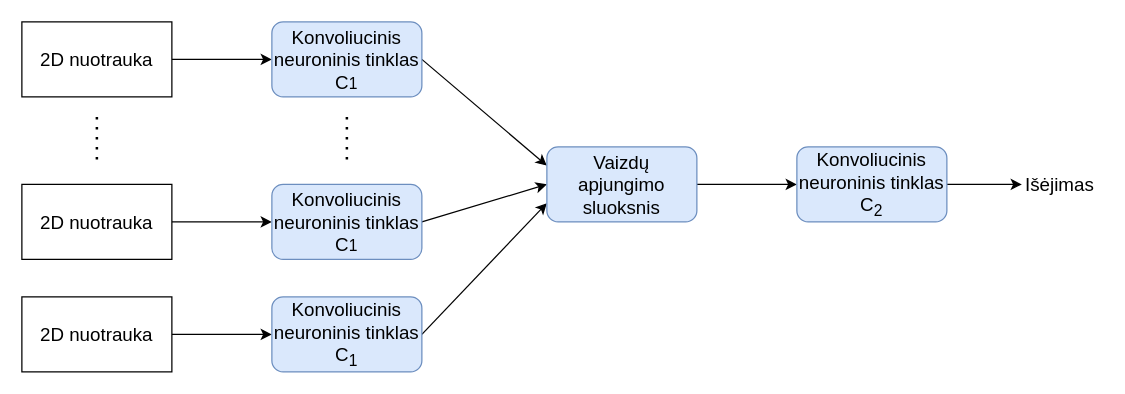
This is img/mvcnn.drawio from AleksasVaitulevicius/masters_latex, a draw.io file, before an edit. Source tidied: cells renumbered, new cells numbered last; positions are measured from the earlier drawing's top-left corner, leaving out a move shared by most shapes. Both pictures are drawn from the tidied source at 125%, with x=0, y=0 at pixel (21, 21).
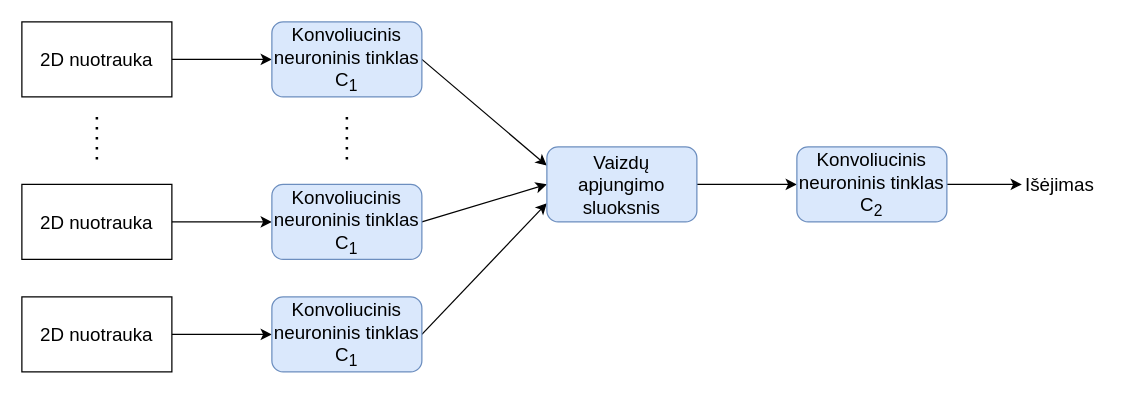
The same page after the edit.

The edit, as a diff of the source:
```diff
@@
-    <mxCell id="10" value="Konvoliucinis&lt;br style=&quot;font-size: 15px&quot;&gt;neuroninis tinklas&lt;br style=&quot;font-size: 15px&quot;&gt;C&lt;span style=&quot;font-size: 12.5px&quot;&gt;1&lt;/span&gt;" style="rounded=1;whiteSpace=wrap;html=1;fillColor=#dae8fc;strokeColor=#6c8ebf;fontSize=15;" parent="1" vertex="1">
+    <mxCell id="10" value="Konvoliucinis&lt;br style=&quot;font-size: 15px&quot;&gt;neuroninis tinklas&lt;br style=&quot;font-size: 15px&quot;&gt;C&lt;sub&gt;&lt;font style=&quot;font-size: 12.5px&quot;&gt;1&lt;/font&gt;&lt;/sub&gt;" style="rounded=1;whiteSpace=wrap;html=1;fillColor=#dae8fc;strokeColor=#6c8ebf;fontSize=15;" parent="1" vertex="1">
       <mxGeometry x="200" width="120" height="60" as="geometry" />
     </mxCell>
@@
-    <mxCell id="12" value="Konvoliucinis&lt;br style=&quot;font-size: 15px&quot;&gt;neuroninis tinklas&lt;br style=&quot;font-size: 15px&quot;&gt;C&lt;span style=&quot;font-size: 12.5px&quot;&gt;1&lt;/span&gt;" style="rounded=1;whiteSpace=wrap;html=1;fillColor=#dae8fc;strokeColor=#6c8ebf;fontSize=15;" parent="1" vertex="1">
+    <mxCell id="12" value="Konvoliucinis&lt;br style=&quot;font-size: 15px&quot;&gt;neuroninis tinklas&lt;br style=&quot;font-size: 15px&quot;&gt;C&lt;sub&gt;&lt;font style=&quot;font-size: 12.5px&quot;&gt;1&lt;/font&gt;&lt;/sub&gt;" style="rounded=1;whiteSpace=wrap;html=1;fillColor=#dae8fc;strokeColor=#6c8ebf;fontSize=15;" parent="1" vertex="1">
       <mxGeometry x="200" y="130" width="120" height="60" as="geometry" />
     </mxCell>
```
